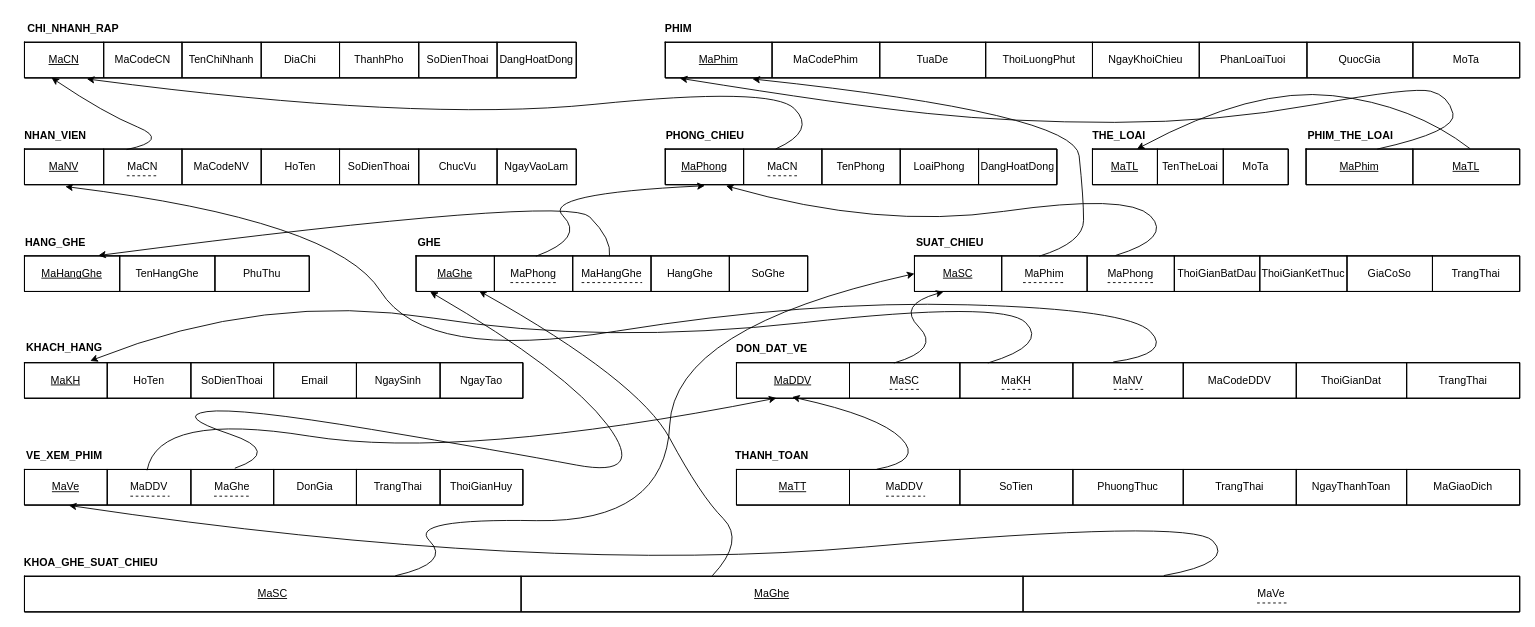
Above: docs/erd/luoc-do-quan-he.drawio in lnb2x/quan-ly-chuoi-rap-phim (draw.io), before the change. Source tidied: cells renumbered, new cells numbered last; positions are measured from the earlier drawing's top-left corner, leaving out a move shared by most shapes. Both pictures are drawn from the tidied source at 89%, with x=0, y=0 at pixel (15, 15).
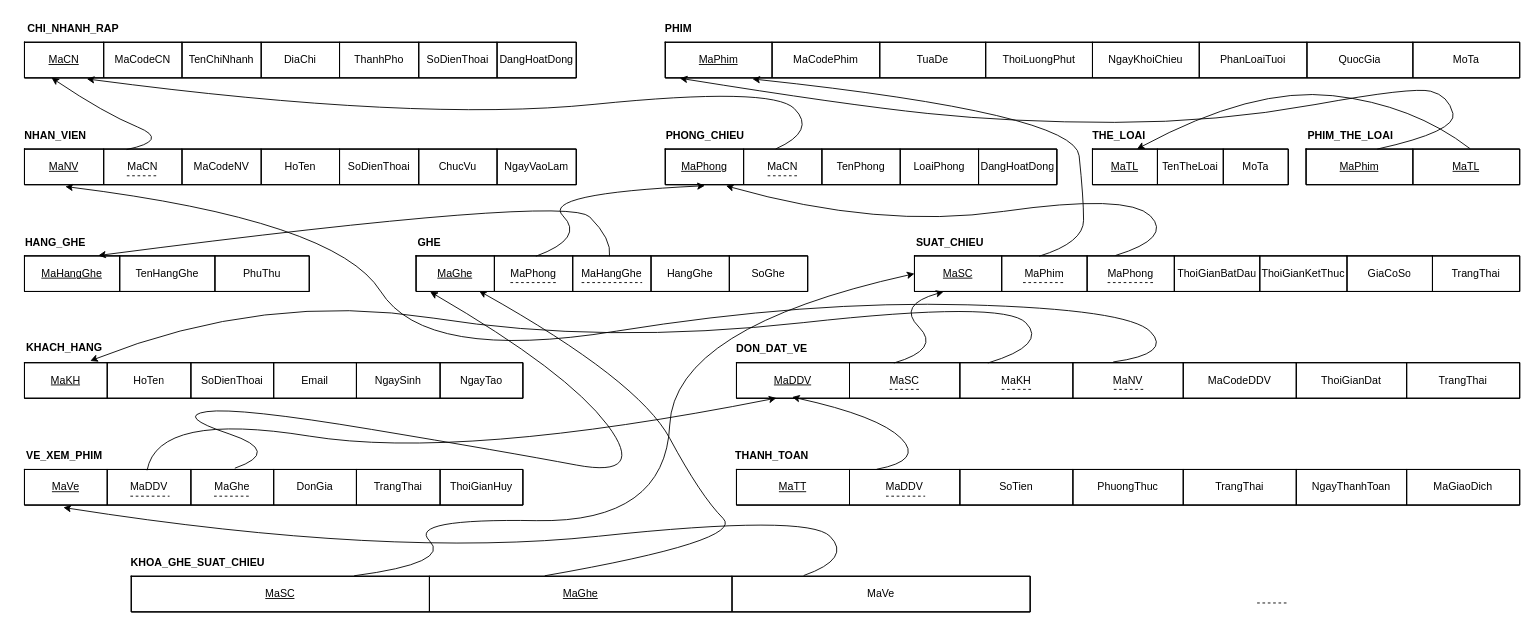
After the change.

Commit message (it also covers changes not shown here):
Update lược đồ quan hệ 1

The change refers to these unchanged cells:
```xml
<mxCell id="96" style="shape=tableRow;horizontal=0;startSize=0;swimlaneHead=0;swimlaneBody=0;strokeColor=inherit;fillColor=none;points=[[0,0.5],[1,0.5]];portConstraint=eastwest;fixedHeader=1;" parent="95" vertex="1">
  <mxGeometry width="560" height="40" as="geometry" />
</mxCell>
```

What changed in the source:
```diff
@@
     <mxCell id="114" style="shape=table;startSize=0;childLayout=tableLayout;fixedHeader=1;tableRender=collapsed;" parent="1" vertex="1">
-      <mxGeometry x="10" y="630" width="1680" height="40" as="geometry" />
+      <mxGeometry x="130" y="630" width="1010" height="40" as="geometry" />
     </mxCell>
     <mxCell id="115" style="shape=tableRow;horizontal=0;startSize=0;swimlaneHead=0;swimlaneBody=0;strokeColor=inherit;fillColor=none;points=[[0,0.5],[1,0.5]];portConstraint=eastwest;fixedHeader=1;" parent="114" vertex="1">
-      <mxGeometry width="1680" height="40" as="geometry" />
+      <mxGeometry width="1010" height="40" as="geometry" />
     </mxCell>
     <mxCell id="116" value="MaSC" style="shape=partialRectangle;html=1;whiteSpace=wrap;strokeColor=inherit;overflow=hidden;fillColor=none;fontStyle=4;" parent="115" vertex="1">
-      <mxGeometry width="558" height="40" as="geometry" />
+      <mxGeometry width="335" height="40" as="geometry" />
     </mxCell>
     <mxCell id="117" value="MaGhe" style="shape=partialRectangle;html=1;whiteSpace=wrap;strokeColor=inherit;overflow=hidden;fillColor=none;fontStyle=4;" parent="115" vertex="1">
-      <mxGeometry x="558" width="564" height="40" as="geometry" />
+      <mxGeometry x="335" width="340" height="40" as="geometry" />
     </mxCell>
     <mxCell id="118" value="MaVe" style="shape=partialRectangle;html=1;whiteSpace=wrap;strokeColor=inherit;overflow=hidden;fillColor=none;" parent="115" vertex="1">
-      <mxGeometry x="1122" width="558" height="40" as="geometry" />
+      <mxGeometry x="675" width="335" height="40" as="geometry" />
     </mxCell>
     <mxCell id="119" value="&lt;strong&gt;KHOA_GHE_SUAT_CHIEU&lt;/strong&gt;" style="text;html=1;whiteSpace=wrap;strokeColor=none;fillColor=none;align=center;verticalAlign=middle;rounded=0;" parent="1" vertex="1">
-      <mxGeometry y="600" width="170" height="30" as="geometry" />
+      <mxGeometry x="120" y="600" width="170" height="30" as="geometry" />
     </mxCell>
@@
-    <mxCell id="147" style="curved=1;curveGeometry=1;endArrow=classic;html=1;rounded=0;defaultLabelBackgroundColor=page;labelPadding=0 4;exitX=0.762;exitY=-0.02;exitDx=0;exitDy=0;exitPerimeter=0;entryX=0.089;entryY=1.009;entryDx=0;entryDy=0;entryPerimeter=0;" parent="1" edge="1" source="115" target="96">
-      <mxGeometry x="-0.88" relative="1" as="geometry">
-        <Array as="points">
-          <mxPoint x="1370" y="615" />
-          <mxPoint x="1320" y="565" />
-          <mxPoint x="590" y="629.2" />
-        </Array>
-      </mxGeometry>
-    </mxCell>
@@
+    <mxCell id="147" style="curved=1;endArrow=classic;html=1;rounded=0;defaultLabelBackgroundColor=page;labelPadding=0 4;exitX=0.748;exitY=-0.02;exitDx=0;exitDy=0;exitPerimeter=0;entryX=0.078;entryY=1.067;entryDx=0;entryDy=0;entryPerimeter=0;curveGeometry=1;" parent="1" edge="1" source="115" target="96">
+      <mxGeometry x="-0.86" relative="1" as="geometry">
+        <Array as="points">
+          <mxPoint x="940" y="610" />
+          <mxPoint x="890" y="560" />
+          <mxPoint x="420" y="610" />
+        </Array>
+      </mxGeometry>
+    </mxCell>
```
